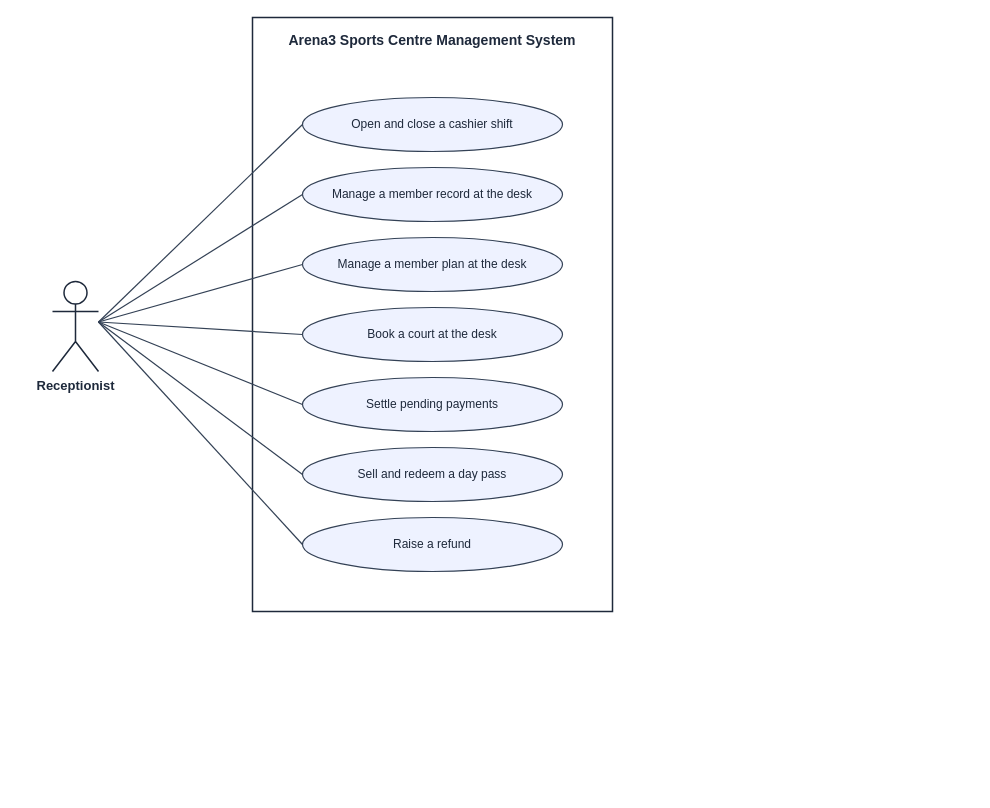
Above: docs/diagrams/srs/06-uc-desk-sales.drawio in facingshootingstar/Arena3 (draw.io), before the change. Source tidied: cells renumbered, new cells numbered last; positions are measured from the earlier drawing's top-left corner, leaving out a move shared by most shapes. Both pictures are drawn from the tidied source at 100%, with x=0, y=0 at pixel (52, 17).
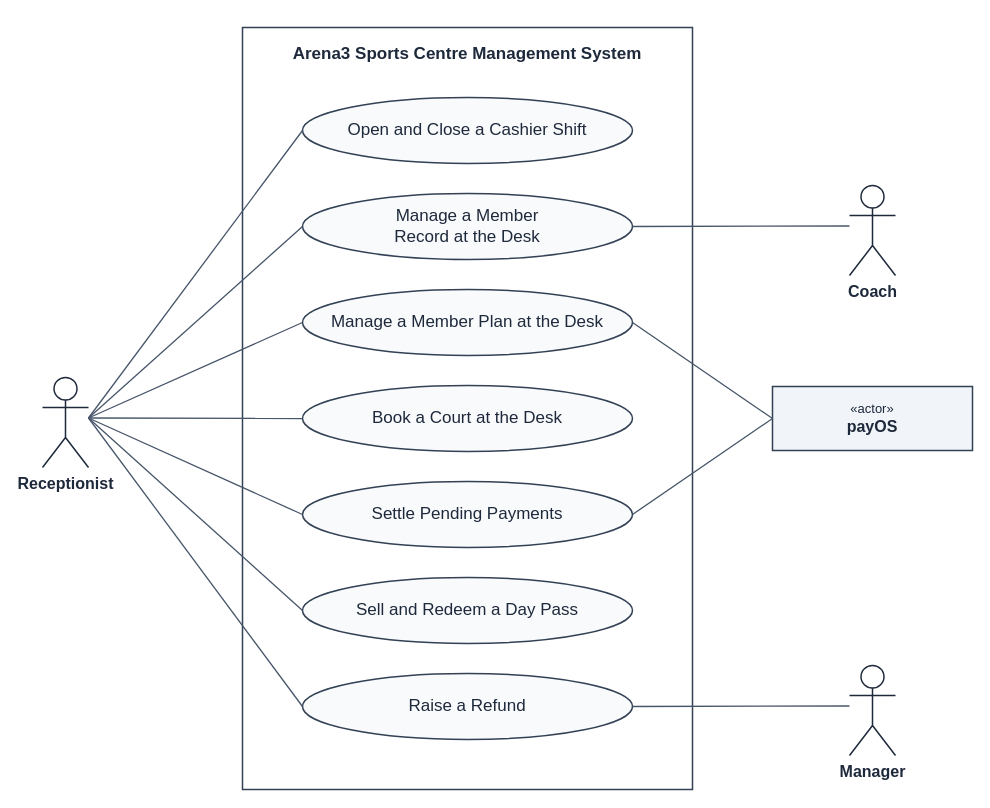
Above is the later version.

Change to the diagram source:
```diff
@@
-    <mxCell id="2" value="Arena3 Sports Centre Management System" style="rounded=0;whiteSpace=wrap;html=1;fillColor=none;strokeColor=#1e293b;strokeWidth=1.5;verticalAlign=top;align=center;spacingTop=8;fontFamily=Helvetica;fontSize=14;fontStyle=1;fontColor=#1e293b;" parent="1" vertex="1">
-      <mxGeometry x="200" width="360" height="594" as="geometry" />
+    <mxCell id="2" value="Arena3 Sports Centre Management System" style="rounded=0;whiteSpace=wrap;html=1;fillColor=none;strokeColor=#334155;strokeWidth=1.5;verticalAlign=top;align=center;spacingTop=10;fontFamily=Helvetica;fontSize=17;fontStyle=1;fontColor=#1e293b;" parent="1" vertex="1">
+      <mxGeometry x="190" y="10" width="450" height="762" as="geometry" />
     </mxCell>
-    <mxCell id="3" value="Open and close a cashier shift" style="ellipse;whiteSpace=wrap;html=1;fillColor=#eef2ff;strokeColor=#334155;strokeWidth=1.2;fontFamily=Helvetica;fontSize=12;fontColor=#1e293b;" parent="1" vertex="1">
-      <mxGeometry x="250" y="80" width="260" height="54" as="geometry" />
-    </mxCell>
-    <mxCell id="4" value="Manage a member record at the desk" style="ellipse;whiteSpace=wrap;html=1;fillColor=#eef2ff;strokeColor=#334155;strokeWidth=1.2;fontFamily=Helvetica;fontSize=12;fontColor=#1e293b;" parent="1" vertex="1">
-      <mxGeometry x="250" y="150" width="260" height="54" as="geometry" />
-    </mxCell>
-    <mxCell id="5" value="Manage a member plan at the desk" style="ellipse;whiteSpace=wrap;html=1;fillColor=#eef2ff;strokeColor=#334155;strokeWidth=1.2;fontFamily=Helvetica;fontSize=12;fontColor=#1e293b;" parent="1" vertex="1">
-      <mxGeometry x="250" y="220" width="260" height="54" as="geometry" />
-    </mxCell>
-    <mxCell id="6" value="Book a court at the desk" style="ellipse;whiteSpace=wrap;html=1;fillColor=#eef2ff;strokeColor=#334155;strokeWidth=1.2;fontFamily=Helvetica;fontSize=12;fontColor=#1e293b;" parent="1" vertex="1">
-      <mxGeometry x="250" y="290" width="260" height="54" as="geometry" />
-    </mxCell>
-    <mxCell id="7" value="Settle pending payments" style="ellipse;whiteSpace=wrap;html=1;fillColor=#eef2ff;strokeColor=#334155;strokeWidth=1.2;fontFamily=Helvetica;fontSize=12;fontColor=#1e293b;" parent="1" vertex="1">
-      <mxGeometry x="250" y="360" width="260" height="54" as="geometry" />
-    </mxCell>
-    <mxCell id="8" value="Sell and redeem a day pass" style="ellipse;whiteSpace=wrap;html=1;fillColor=#eef2ff;strokeColor=#334155;strokeWidth=1.2;fontFamily=Helvetica;fontSize=12;fontColor=#1e293b;" parent="1" vertex="1">
-      <mxGeometry x="250" y="430" width="260" height="54" as="geometry" />
-    </mxCell>
-    <mxCell id="9" value="Raise a refund" style="ellipse;whiteSpace=wrap;html=1;fillColor=#eef2ff;strokeColor=#334155;strokeWidth=1.2;fontFamily=Helvetica;fontSize=12;fontColor=#1e293b;" parent="1" vertex="1">
-      <mxGeometry x="250" y="500" width="260" height="54" as="geometry" />
-    </mxCell>
+    <mxCell id="18" value="Open and Close a Cashier Shift" style="ellipse;whiteSpace=wrap;html=1;spacingLeft=22;spacingRight=22;fillColor=#f8fafc;strokeColor=#334155;strokeWidth=1.5;fontFamily=Helvetica;fontSize=17;fontColor=#1e293b;" parent="1" vertex="1">
+      <mxGeometry x="250" y="80" width="330" height="66" as="geometry" />
+    </mxCell>
+    <mxCell id="19" value="Manage a Member&lt;br&gt;Record at the Desk" style="ellipse;whiteSpace=wrap;html=1;spacingLeft=22;spacingRight=22;fillColor=#f8fafc;strokeColor=#334155;strokeWidth=1.5;fontFamily=Helvetica;fontSize=17;fontColor=#1e293b;" parent="1" vertex="1">
+      <mxGeometry x="250" y="176" width="330" height="66" as="geometry" />
+    </mxCell>
+    <mxCell id="20" value="Manage a Member Plan at the Desk" style="ellipse;whiteSpace=wrap;html=1;spacingLeft=22;spacingRight=22;fillColor=#f8fafc;strokeColor=#334155;strokeWidth=1.5;fontFamily=Helvetica;fontSize=17;fontColor=#1e293b;" parent="1" vertex="1">
+      <mxGeometry x="250" y="272" width="330" height="66" as="geometry" />
+    </mxCell>
+    <mxCell id="21" value="Book a Court at the Desk" style="ellipse;whiteSpace=wrap;html=1;spacingLeft=22;spacingRight=22;fillColor=#f8fafc;strokeColor=#334155;strokeWidth=1.5;fontFamily=Helvetica;fontSize=17;fontColor=#1e293b;" parent="1" vertex="1">
+      <mxGeometry x="250" y="368" width="330" height="66" as="geometry" />
+    </mxCell>
+    <mxCell id="22" value="Settle Pending Payments" style="ellipse;whiteSpace=wrap;html=1;spacingLeft=22;spacingRight=22;fillColor=#f8fafc;strokeColor=#334155;strokeWidth=1.5;fontFamily=Helvetica;fontSize=17;fontColor=#1e293b;" parent="1" vertex="1">
+      <mxGeometry x="250" y="464" width="330" height="66" as="geometry" />
+    </mxCell>
+    <mxCell id="23" value="Sell and Redeem a Day Pass" style="ellipse;whiteSpace=wrap;html=1;spacingLeft=22;spacingRight=22;fillColor=#f8fafc;strokeColor=#334155;strokeWidth=1.5;fontFamily=Helvetica;fontSize=17;fontColor=#1e293b;" parent="1" vertex="1">
+      <mxGeometry x="250" y="560" width="330" height="66" as="geometry" />
+    </mxCell>
+    <mxCell id="24" value="Raise a Refund" style="ellipse;whiteSpace=wrap;html=1;spacingLeft=22;spacingRight=22;fillColor=#f8fafc;strokeColor=#334155;strokeWidth=1.5;fontFamily=Helvetica;fontSize=17;fontColor=#1e293b;" parent="1" vertex="1">
+      <mxGeometry x="250" y="656" width="330" height="66" as="geometry" />
+    </mxCell>
-    <mxCell id="10" value="Receptionist" style="shape=umlActor;verticalLabelPosition=bottom;verticalAlign=top;html=1;outlineConnect=0;fillColor=#ffffff;strokeColor=#1e293b;strokeWidth=1.5;fontFamily=Helvetica;fontSize=13;fontStyle=1;fontColor=#1e293b;" parent="1" vertex="1">
-      <mxGeometry y="264" width="46" height="90" as="geometry" />
+    <mxCell id="10" value="Receptionist" style="shape=umlActor;verticalLabelPosition=bottom;verticalAlign=top;html=1;outlineConnect=0;fillColor=#ffffff;strokeColor=#1e293b;strokeWidth=1.5;fontFamily=Helvetica;fontSize=16;fontStyle=1;fontColor=#1e293b;" parent="1" vertex="1">
+      <mxGeometry x="-10" y="360" width="46" height="90" as="geometry" />
     </mxCell>
-    <mxCell id="11" style="endArrow=none;html=1;rounded=0;edgeStyle=none;strokeColor=#334155;strokeWidth=1.2;exitX=1.0000;exitY=0.4500;exitDx=0;exitDy=0;exitPerimeter=0;entryX=0.0000;entryY=0.5000;entryDx=0;entryDy=0;entryPerimeter=0;" parent="1" edge="1" source="10" target="3">
+    <mxCell id="11" style="endArrow=none;html=1;rounded=0;edgeStyle=none;strokeColor=#475569;strokeWidth=1.3;exitX=1.0000;exitY=0.4500;exitDx=0;exitDy=0;exitPerimeter=0;entryX=0.0000;entryY=0.5000;entryDx=0;entryDy=0;entryPerimeter=0;" parent="1" edge="1" source="10" target="18">
       <mxGeometry relative="1" as="geometry" />
     </mxCell>
-    <mxCell id="12" style="endArrow=none;html=1;rounded=0;edgeStyle=none;strokeColor=#334155;strokeWidth=1.2;exitX=1.0000;exitY=0.4500;exitDx=0;exitDy=0;exitPerimeter=0;entryX=0.0000;entryY=0.5000;entryDx=0;entryDy=0;entryPerimeter=0;" parent="1" edge="1" source="10" target="4">
+    <mxCell id="12" style="endArrow=none;html=1;rounded=0;edgeStyle=none;strokeColor=#475569;strokeWidth=1.3;exitX=1.0000;exitY=0.4500;exitDx=0;exitDy=0;exitPerimeter=0;entryX=0.0000;entryY=0.5000;entryDx=0;entryDy=0;entryPerimeter=0;" parent="1" edge="1" source="10" target="19">
       <mxGeometry relative="1" as="geometry" />
     </mxCell>
-    <mxCell id="13" style="endArrow=none;html=1;rounded=0;edgeStyle=none;strokeColor=#334155;strokeWidth=1.2;exitX=1.0000;exitY=0.4500;exitDx=0;exitDy=0;exitPerimeter=0;entryX=0.0000;entryY=0.5000;entryDx=0;entryDy=0;entryPerimeter=0;" parent="1" edge="1" source="10" target="5">
+    <mxCell id="13" style="endArrow=none;html=1;rounded=0;edgeStyle=none;strokeColor=#475569;strokeWidth=1.3;exitX=1.0000;exitY=0.4500;exitDx=0;exitDy=0;exitPerimeter=0;entryX=0.0000;entryY=0.5000;entryDx=0;entryDy=0;entryPerimeter=0;" parent="1" edge="1" source="10" target="20">
       <mxGeometry relative="1" as="geometry" />
     </mxCell>
-    <mxCell id="14" style="endArrow=none;html=1;rounded=0;edgeStyle=none;strokeColor=#334155;strokeWidth=1.2;exitX=1.0000;exitY=0.4500;exitDx=0;exitDy=0;exitPerimeter=0;entryX=0.0000;entryY=0.5000;entryDx=0;entryDy=0;entryPerimeter=0;" parent="1" edge="1" source="10" target="6">
+    <mxCell id="14" style="endArrow=none;html=1;rounded=0;edgeStyle=none;strokeColor=#475569;strokeWidth=1.3;exitX=1.0000;exitY=0.4500;exitDx=0;exitDy=0;exitPerimeter=0;entryX=0.0000;entryY=0.5000;entryDx=0;entryDy=0;entryPerimeter=0;" parent="1" edge="1" source="10" target="21">
       <mxGeometry relative="1" as="geometry" />
     </mxCell>
-    <mxCell id="15" style="endArrow=none;html=1;rounded=0;edgeStyle=none;strokeColor=#334155;strokeWidth=1.2;exitX=1.0000;exitY=0.4500;exitDx=0;exitDy=0;exitPerimeter=0;entryX=0.0000;entryY=0.5000;entryDx=0;entryDy=0;entryPerimeter=0;" parent="1" edge="1" source="10" target="7">
+    <mxCell id="15" style="endArrow=none;html=1;rounded=0;edgeStyle=none;strokeColor=#475569;strokeWidth=1.3;exitX=1.0000;exitY=0.4500;exitDx=0;exitDy=0;exitPerimeter=0;entryX=0.0000;entryY=0.5000;entryDx=0;entryDy=0;entryPerimeter=0;" parent="1" edge="1" source="10" target="22">
       <mxGeometry relative="1" as="geometry" />
     </mxCell>
-    <mxCell id="16" style="endArrow=none;html=1;rounded=0;edgeStyle=none;strokeColor=#334155;strokeWidth=1.2;exitX=1.0000;exitY=0.4500;exitDx=0;exitDy=0;exitPerimeter=0;entryX=0.0000;entryY=0.5000;entryDx=0;entryDy=0;entryPerimeter=0;" parent="1" edge="1" source="10" target="8">
+    <mxCell id="16" style="endArrow=none;html=1;rounded=0;edgeStyle=none;strokeColor=#475569;strokeWidth=1.3;exitX=1.0000;exitY=0.4500;exitDx=0;exitDy=0;exitPerimeter=0;entryX=0.0000;entryY=0.5000;entryDx=0;entryDy=0;entryPerimeter=0;" parent="1" edge="1" source="10" target="23">
       <mxGeometry relative="1" as="geometry" />
     </mxCell>
-    <mxCell id="17" style="endArrow=none;html=1;rounded=0;edgeStyle=none;strokeColor=#334155;strokeWidth=1.2;exitX=1.0000;exitY=0.4500;exitDx=0;exitDy=0;exitPerimeter=0;entryX=0.0000;entryY=0.5000;entryDx=0;entryDy=0;entryPerimeter=0;" parent="1" edge="1" source="10" target="9">
+    <mxCell id="17" style="endArrow=none;html=1;rounded=0;edgeStyle=none;strokeColor=#475569;strokeWidth=1.3;exitX=1.0000;exitY=0.4500;exitDx=0;exitDy=0;exitPerimeter=0;entryX=0.0000;entryY=0.5000;entryDx=0;entryDy=0;entryPerimeter=0;" parent="1" edge="1" source="10" target="24">
       <mxGeometry relative="1" as="geometry" />
     </mxCell>
+    <mxCell id="25" value="Coach" style="shape=umlActor;verticalLabelPosition=bottom;verticalAlign=top;html=1;outlineConnect=0;fillColor=#ffffff;strokeColor=#1e293b;strokeWidth=1.5;fontFamily=Helvetica;fontSize=16;fontStyle=1;fontColor=#1e293b;" parent="1" vertex="1">
+      <mxGeometry x="797" y="168" width="46" height="90" as="geometry" />
+    </mxCell>
+    <mxCell id="26" style="endArrow=none;html=1;rounded=0;edgeStyle=none;strokeColor=#475569;strokeWidth=1.3;exitX=1.0000;exitY=0.5000;exitDx=0;exitDy=0;exitPerimeter=0;entryX=0.0000;entryY=0.4500;entryDx=0;entryDy=0;entryPerimeter=0;" parent="1" edge="1" source="19" target="25">
+      <mxGeometry relative="1" as="geometry" />
+    </mxCell>
+    <mxCell id="27" value="&amp;laquo;actor&amp;raquo;&lt;br&gt;&lt;b&gt;&lt;font style=&quot;font-size:16px&quot;&gt;payOS&lt;/font&gt;&lt;/b&gt;" style="rounded=0;whiteSpace=wrap;html=1;fillColor=#f1f5f9;strokeColor=#334155;strokeWidth=1.5;fontFamily=Helvetica;fontSize=13;fontColor=#1e293b;" parent="1" vertex="1">
+      <mxGeometry x="720" y="369" width="200" height="64" as="geometry" />
+    </mxCell>
+    <mxCell id="28" style="endArrow=none;html=1;rounded=0;edgeStyle=none;strokeColor=#475569;strokeWidth=1.3;exitX=1.0000;exitY=0.5000;exitDx=0;exitDy=0;exitPerimeter=0;entryX=0.0000;entryY=0.5000;entryDx=0;entryDy=0;entryPerimeter=0;" parent="1" edge="1" source="20" target="27">
+      <mxGeometry relative="1" as="geometry" />
+    </mxCell>
+    <mxCell id="29" style="endArrow=none;html=1;rounded=0;edgeStyle=none;strokeColor=#475569;strokeWidth=1.3;exitX=1.0000;exitY=0.5000;exitDx=0;exitDy=0;exitPerimeter=0;entryX=0.0000;entryY=0.5000;entryDx=0;entryDy=0;entryPerimeter=0;" parent="1" edge="1" source="22" target="27">
+      <mxGeometry relative="1" as="geometry" />
+    </mxCell>
+    <mxCell id="30" value="Manager" style="shape=umlActor;verticalLabelPosition=bottom;verticalAlign=top;html=1;outlineConnect=0;fillColor=#ffffff;strokeColor=#1e293b;strokeWidth=1.5;fontFamily=Helvetica;fontSize=16;fontStyle=1;fontColor=#1e293b;" parent="1" vertex="1">
+      <mxGeometry x="797" y="648" width="46" height="90" as="geometry" />
+    </mxCell>
+    <mxCell id="31" style="endArrow=none;html=1;rounded=0;edgeStyle=none;strokeColor=#475569;strokeWidth=1.3;exitX=1.0000;exitY=0.5000;exitDx=0;exitDy=0;exitPerimeter=0;entryX=0.0000;entryY=0.4500;entryDx=0;entryDy=0;entryPerimeter=0;" parent="1" edge="1" source="24" target="30">
+      <mxGeometry relative="1" as="geometry" />
+    </mxCell>
```
